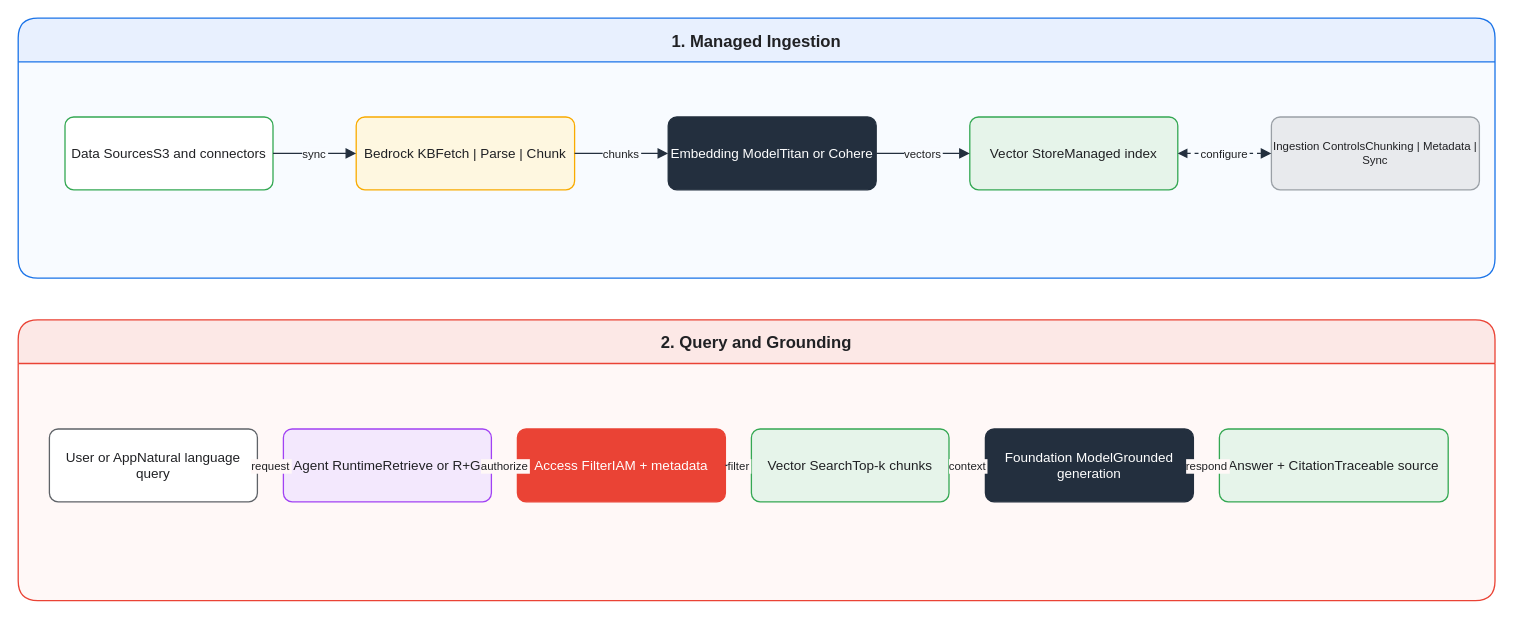
Above: assets/img/aws/bedrock-kb-architecture.drawio in KKamJi98/kkamji98.github.io (draw.io), before the change. Source tidied: cells renumbered, new cells numbered last; positions are measured from the earlier drawing's top-left corner, leaving out a move shared by most shapes. Both pictures are drawn from the tidied source at 104%, with x=0, y=0 at pixel (18, 18).
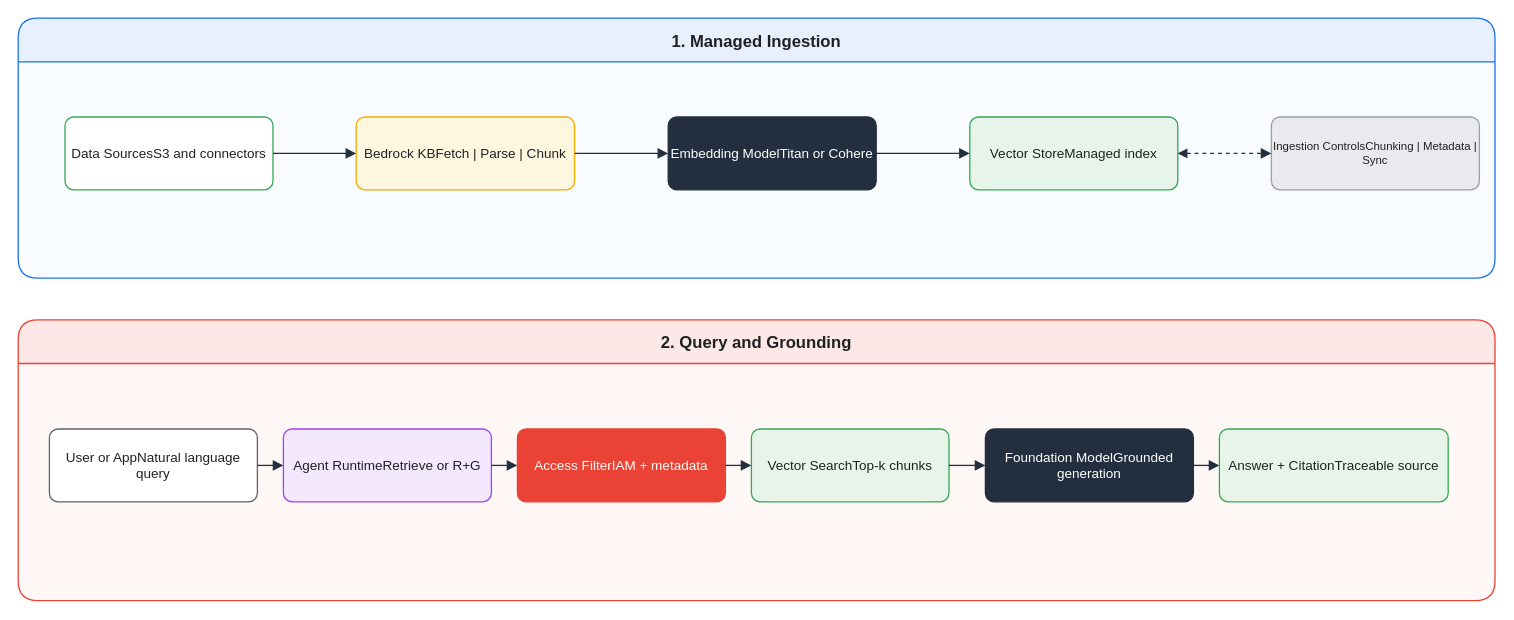
After the change.

The change refers to these unchanged cells:
```xml
<mxCell id="4" value="Data SourcesS3 and connectors" style="rounded=1;arcSize=12;whiteSpace=wrap;html=0;fillColor=#FFFFFF;strokeColor=#34A853;strokeWidth=1.25;fontSize=13;fontColor=#202124;shadow=0;" parent="1" vertex="1">
  <mxGeometry x="45" y="95" width="200" height="70" as="geometry" />
</mxCell>
<mxCell id="5" value="Bedrock KBFetch | Parse | Chunk" style="rounded=1;arcSize=12;whiteSpace=wrap;html=0;fillColor=#FEF7E0;strokeColor=#F9AB00;strokeWidth=1.25;fontSize=13;fontColor=#202124;shadow=0;" parent="1" vertex="1">
  <mxGeometry x="325" y="95" width="210" height="70" as="geometry" />
</mxCell>
<mxCell id="6" value="Embedding ModelTitan or Cohere" style="rounded=1;arcSize=12;whiteSpace=wrap;html=0;fillColor=#232F3E;strokeColor=#232F3E;strokeWidth=1.25;fontSize=13;fontColor=#FFFFFF;shadow=0;" parent="1" vertex="1">
  <mxGeometry x="625" y="95" width="200" height="70" as="geometry" />
</mxCell>
<mxCell id="7" value="Vector StoreManaged index" style="rounded=1;arcSize=12;whiteSpace=wrap;html=0;fillColor=#E6F4EA;strokeColor=#34A853;strokeWidth=1.25;fontSize=13;fontColor=#202124;shadow=0;" parent="1" vertex="1">
  <mxGeometry x="915" y="95" width="200" height="70" as="geometry" />
</mxCell>
<mxCell id="8" value="Ingestion ControlsChunking | Metadata | Sync" style="rounded=1;arcSize=12;whiteSpace=wrap;html=0;fillColor=#E8EAED;strokeColor=#9AA0A6;strokeWidth=1.25;fontSize=11;fontColor=#202124;shadow=0;" parent="1" vertex="1">
  <mxGeometry x="1205" y="95" width="200" height="70" as="geometry" />
</mxCell>
<mxCell id="9" value="User or AppNatural language query" style="rounded=1;arcSize=12;whiteSpace=wrap;html=0;fillColor=#FFFFFF;strokeColor=#5F6368;strokeWidth=1.25;fontSize=13;fontColor=#202124;shadow=0;" parent="1" vertex="1">
  <mxGeometry x="30" y="395" width="200" height="70" as="geometry" />
</mxCell>
<mxCell id="10" value="Agent RuntimeRetrieve or R+G" style="rounded=1;arcSize=12;whiteSpace=wrap;html=0;fillColor=#F3E8FD;strokeColor=#A142F4;strokeWidth=1.25;fontSize=13;fontColor=#202124;shadow=0;" parent="1" vertex="1">
  <mxGeometry x="255" y="395" width="200" height="70" as="geometry" />
</mxCell>
<mxCell id="11" value="Access FilterIAM + metadata" style="rounded=1;arcSize=12;whiteSpace=wrap;html=0;fillColor=#EA4335;strokeColor=#EA4335;strokeWidth=1.25;fontSize=13;fontColor=#FFFFFF;shadow=0;" parent="1" vertex="1">
  <mxGeometry x="480" y="395" width="200" height="70" as="geometry" />
</mxCell>
<mxCell id="12" value="Vector SearchTop-k chunks" style="rounded=1;arcSize=12;whiteSpace=wrap;html=0;fillColor=#E6F4EA;strokeColor=#34A853;strokeWidth=1.25;fontSize=13;fontColor=#202124;shadow=0;" parent="1" vertex="1">
  <mxGeometry x="705" y="395" width="190" height="70" as="geometry" />
</mxCell>
<mxCell id="13" value="Foundation ModelGrounded generation" style="rounded=1;arcSize=12;whiteSpace=wrap;html=0;fillColor=#232F3E;strokeColor=#232F3E;strokeWidth=1.25;fontSize=13;fontColor=#FFFFFF;shadow=0;" parent="1" vertex="1">
  <mxGeometry x="930" y="395" width="200" height="70" as="geometry" />
</mxCell>
<mxCell id="14" value="Answer + CitationTraceable source" style="rounded=1;arcSize=12;whiteSpace=wrap;html=0;fillColor=#E6F4EA;strokeColor=#34A853;strokeWidth=1.25;fontSize=13;fontColor=#202124;shadow=0;" parent="1" vertex="1">
  <mxGeometry x="1155" y="395" width="220" height="70" as="geometry" />
</mxCell>
```

Change to the diagram source:
```diff
@@
-    <mxCell id="15" value="sync" style="edgeStyle=orthogonalEdgeStyle;rounded=0;html=0;endArrow=block;strokeColor=#232F3E;strokeWidth=1.25;fontSize=11;fontColor=#202124;labelBackgroundColor=#F8FBFF;endSize=7;" parent="1" edge="1" source="4" target="5">
+    <mxCell id="15" style="edgeStyle=orthogonalEdgeStyle;rounded=0;html=0;endArrow=block;strokeColor=#232F3E;strokeWidth=1.25;fontSize=11;fontColor=#202124;labelBackgroundColor=none;endSize=7;" parent="1" edge="1" source="4" target="5">
       <mxGeometry relative="1" as="geometry" />
     </mxCell>
-    <mxCell id="16" value="chunks" style="edgeStyle=orthogonalEdgeStyle;rounded=0;html=0;endArrow=block;strokeColor=#232F3E;strokeWidth=1.25;fontSize=11;fontColor=#202124;labelBackgroundColor=#F8FBFF;endSize=7;" parent="1" edge="1" source="5" target="6">
+    <mxCell id="16" style="edgeStyle=orthogonalEdgeStyle;rounded=0;html=0;endArrow=block;strokeColor=#232F3E;strokeWidth=1.25;fontSize=11;fontColor=#202124;labelBackgroundColor=none;endSize=7;" parent="1" edge="1" source="5" target="6">
       <mxGeometry relative="1" as="geometry" />
     </mxCell>
-    <mxCell id="17" value="vectors" style="edgeStyle=orthogonalEdgeStyle;rounded=0;html=0;endArrow=block;strokeColor=#232F3E;strokeWidth=1.25;fontSize=11;fontColor=#202124;labelBackgroundColor=#F8FBFF;endSize=7;" parent="1" edge="1" source="6" target="7">
+    <mxCell id="17" style="edgeStyle=orthogonalEdgeStyle;rounded=0;html=0;endArrow=block;strokeColor=#232F3E;strokeWidth=1.25;fontSize=11;fontColor=#202124;labelBackgroundColor=none;endSize=7;" parent="1" edge="1" source="6" target="7">
       <mxGeometry relative="1" as="geometry" />
     </mxCell>
-    <mxCell id="18" value="configure" style="edgeStyle=orthogonalEdgeStyle;rounded=0;html=0;startArrow=block;endArrow=block;strokeColor=#232F3E;strokeWidth=1.25;dashed=1;fontSize=11;fontColor=#202124;labelBackgroundColor=#F8FBFF;endSize=7;" parent="1" edge="1" source="7" target="8">
+    <mxCell id="18" style="edgeStyle=orthogonalEdgeStyle;rounded=0;html=0;startArrow=block;endArrow=block;strokeColor=#232F3E;strokeWidth=1.25;dashed=1;fontSize=11;fontColor=#202124;labelBackgroundColor=none;endSize=7;" parent="1" edge="1" source="7" target="8">
       <mxGeometry relative="1" as="geometry" />
     </mxCell>
-    <mxCell id="19" value="request" style="edgeStyle=orthogonalEdgeStyle;rounded=0;html=0;endArrow=block;strokeColor=#232F3E;strokeWidth=1.25;fontSize=11;fontColor=#202124;labelBackgroundColor=#FFF8F7;endSize=7;" parent="1" edge="1" source="9" target="10">
+    <mxCell id="19" style="edgeStyle=orthogonalEdgeStyle;rounded=0;html=0;endArrow=block;strokeColor=#232F3E;strokeWidth=1.25;fontSize=11;fontColor=#202124;labelBackgroundColor=none;endSize=7;" parent="1" edge="1" source="9" target="10">
       <mxGeometry relative="1" as="geometry" />
     </mxCell>
-    <mxCell id="20" value="authorize" style="edgeStyle=orthogonalEdgeStyle;rounded=0;html=0;endArrow=block;strokeColor=#232F3E;strokeWidth=1.25;fontSize=11;fontColor=#202124;labelBackgroundColor=#FFF8F7;endSize=7;" parent="1" edge="1" source="10" target="11">
+    <mxCell id="20" style="edgeStyle=orthogonalEdgeStyle;rounded=0;html=0;endArrow=block;strokeColor=#232F3E;strokeWidth=1.25;fontSize=11;fontColor=#202124;labelBackgroundColor=none;endSize=7;" parent="1" edge="1" source="10" target="11">
       <mxGeometry relative="1" as="geometry" />
     </mxCell>
-    <mxCell id="21" value="filter" style="edgeStyle=orthogonalEdgeStyle;rounded=0;html=0;endArrow=block;strokeColor=#232F3E;strokeWidth=1.25;fontSize=11;fontColor=#202124;labelBackgroundColor=#FFF8F7;endSize=7;" parent="1" edge="1" source="11" target="12">
+    <mxCell id="21" style="edgeStyle=orthogonalEdgeStyle;rounded=0;html=0;endArrow=block;strokeColor=#232F3E;strokeWidth=1.25;fontSize=11;fontColor=#202124;labelBackgroundColor=none;endSize=7;" parent="1" edge="1" source="11" target="12">
       <mxGeometry relative="1" as="geometry" />
     </mxCell>
-    <mxCell id="22" value="context" style="edgeStyle=orthogonalEdgeStyle;rounded=0;html=0;endArrow=block;strokeColor=#232F3E;strokeWidth=1.25;fontSize=11;fontColor=#202124;labelBackgroundColor=#FFF8F7;endSize=7;" parent="1" edge="1" source="12" target="13">
+    <mxCell id="22" style="edgeStyle=orthogonalEdgeStyle;rounded=0;html=0;endArrow=block;strokeColor=#232F3E;strokeWidth=1.25;fontSize=11;fontColor=#202124;labelBackgroundColor=none;endSize=7;" parent="1" edge="1" source="12" target="13">
       <mxGeometry relative="1" as="geometry" />
     </mxCell>
-    <mxCell id="23" value="respond" style="edgeStyle=orthogonalEdgeStyle;rounded=0;html=0;endArrow=block;strokeColor=#232F3E;strokeWidth=1.25;fontSize=11;fontColor=#202124;labelBackgroundColor=#FFF8F7;endSize=7;" parent="1" edge="1" source="13" target="14">
+    <mxCell id="23" style="edgeStyle=orthogonalEdgeStyle;rounded=0;html=0;endArrow=block;strokeColor=#232F3E;strokeWidth=1.25;fontSize=11;fontColor=#202124;labelBackgroundColor=none;endSize=7;" parent="1" edge="1" source="13" target="14">
       <mxGeometry relative="1" as="geometry" />
     </mxCell>
```
